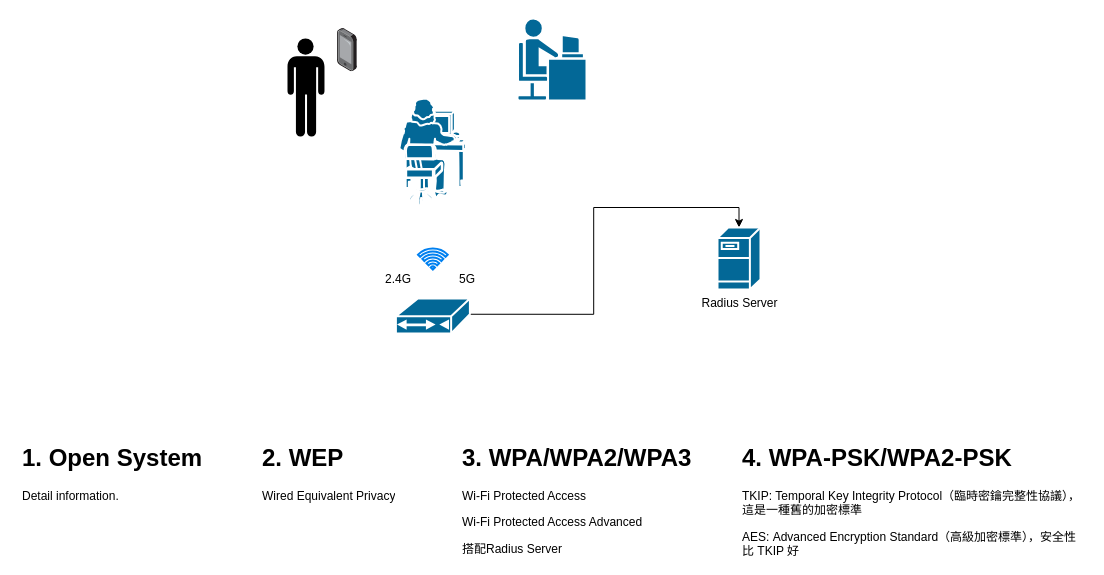
The draw.io diagram page "WiFi" (4 of 5) of Cable_Modem_Architecture_Sample.drawio in nelsonchung/drawio, before the edit. Source tidied: cells renumbered, new cells numbered last; positions are measured from the earlier drawing's top-left corner, leaving out a move shared by most shapes. Both pictures are drawn from the tidied source at 100%, with x=0, y=0 at pixel (17, 18).
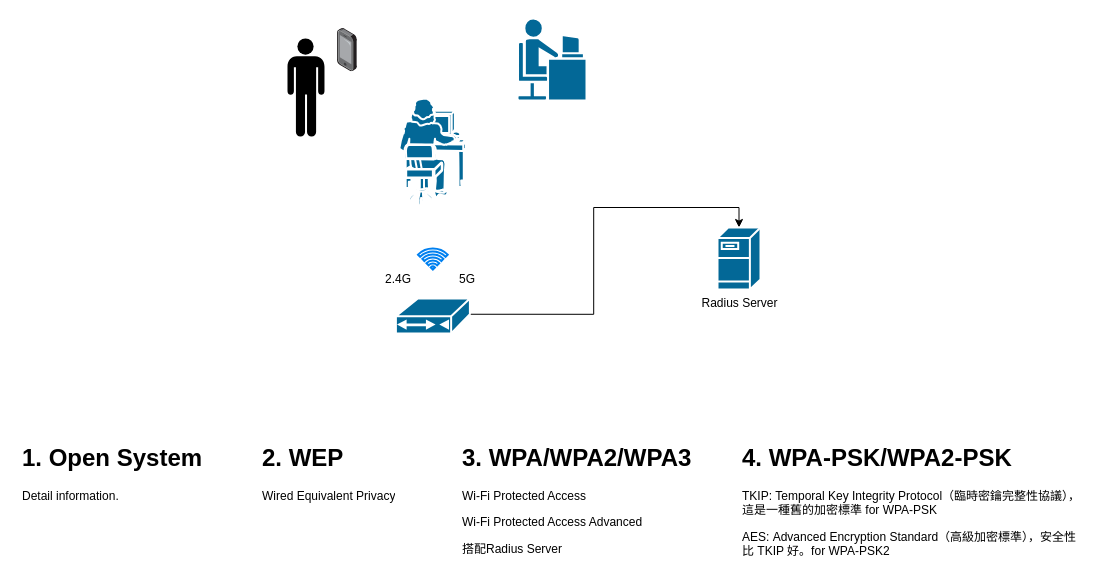
After the change.

Commit message:
[Cable_Modem_Architecture_Sample] Add the description of WiFi authentication

What changed in the source:
```diff
@@
 <mxGraphModel>
   <root>
     <mxCell id="0" />
     <mxCell id="1" parent="0" />
     <mxCell id="2" style="edgeStyle=orthogonalEdgeStyle;rounded=0;jettySize=auto;html=1;exitX=1;exitY=0.45;exitDx=0;exitDy=0;exitPerimeter=0;entryX=0.5;entryY=0;entryDx=0;entryDy=0;entryPerimeter=0;" parent="1" edge="1" source="3" target="15">
       <mxGeometry relative="1" as="geometry" />
     </mxCell>
     <mxCell id="3" style="shape=mxgraph.cisco.modems_and_phones.cable_modem;html=1;dashed=0;fillColor=#036897;strokeColor=#ffffff;strokeWidth=2;verticalLabelPosition=bottom;verticalAlign=top;align=center;outlineConnect=0;" parent="1" vertex="1">
       <mxGeometry x="378.4" y="280" width="74" height="35" as="geometry" />
     </mxCell>
     <mxCell id="4" style="shape=mxgraph.cisco.people.androgenous_person;html=1;dashed=0;fillColor=#036897;strokeColor=#ffffff;strokeWidth=2;verticalLabelPosition=bottom;verticalAlign=top;align=center;" parent="1" vertex="1">
       <mxGeometry x="500" width="69" height="82" as="geometry" />
     </mxCell>
     <mxCell id="5" style="shape=mxgraph.cisco.people.mac_woman;html=1;dashed=0;fillColor=#036897;strokeColor=#ffffff;strokeWidth=2;verticalLabelPosition=bottom;verticalAlign=top;align=center;" parent="1" vertex="1">
       <mxGeometry x="381.9" y="80" width="67" height="107" as="geometry" />
     </mxCell>
     <mxCell id="6" style="html=1;verticalLabelPosition=bottom;align=center;labelBackgroundColor=#ffffff;verticalAlign=top;strokeWidth=2;strokeColor=#0080F0;shadow=0;dashed=0;shape=mxgraph.ios7.icons.wifi;" parent="1" vertex="1">
       <mxGeometry x="400.5" y="230" width="29.7" height="21" as="geometry" />
     </mxCell>
     <mxCell id="7" value="2.4G" style="text;html=1;strokeColor=none;fillColor=none;align=center;verticalAlign=middle;whiteSpace=wrap;rounded=0;" parent="1" vertex="1">
       <mxGeometry x="360.5" y="251" width="40" height="20" as="geometry" />
     </mxCell>
     <mxCell id="8" value="5G" style="text;html=1;strokeColor=none;fillColor=none;align=center;verticalAlign=middle;whiteSpace=wrap;rounded=0;" parent="1" vertex="1">
       <mxGeometry x="430.2" y="251" width="40" height="20" as="geometry" />
     </mxCell>
     <mxCell id="9" style="html=1;align=center;shadow=0;dashed=0;image;image=img/lib/allied_telesis/computer_and_terminals/Smartphone.svg;" parent="1" vertex="1">
       <mxGeometry x="320" y="10" width="19.8" height="43.2" as="geometry" />
     </mxCell>
     <mxCell id="10" style="shape=mxgraph.signs.people.man_1;html=1;fillColor=#000000;strokeColor=none;verticalLabelPosition=bottom;verticalAlign=top;align=center;" parent="1" vertex="1">
       <mxGeometry x="270" y="20" width="37" height="98" as="geometry" />
     </mxCell>
     <mxCell id="11" value="&lt;h1&gt;1. Open System&lt;/h1&gt;&lt;p&gt;Detail information.&lt;/p&gt;" style="text;html=1;strokeColor=none;fillColor=none;spacing=5;spacingTop=-20;whiteSpace=wrap;overflow=hidden;rounded=0;" parent="1" vertex="1">
       <mxGeometry y="420" width="190" height="120" as="geometry" />
     </mxCell>
     <mxCell id="12" value="&lt;h1&gt;2. WEP&lt;/h1&gt;&lt;p&gt;Wired Equivalent Privacy&lt;/p&gt;" style="text;html=1;strokeColor=none;fillColor=none;spacing=5;spacingTop=-20;whiteSpace=wrap;overflow=hidden;rounded=0;" parent="1" vertex="1">
       <mxGeometry x="240.2" y="420" width="190" height="120" as="geometry" />
     </mxCell>
     <mxCell id="13" value="&lt;h1&gt;3. WPA/WPA2/WPA3&lt;/h1&gt;&lt;p&gt;Wi-Fi Protected Access&lt;/p&gt;&lt;p&gt;Wi-Fi Protected Access Advanced&lt;/p&gt;&lt;p&gt;搭配Radius Server&lt;/p&gt;" style="text;html=1;strokeColor=none;fillColor=none;spacing=5;spacingTop=-20;whiteSpace=wrap;overflow=hidden;rounded=0;" parent="1" vertex="1">
       <mxGeometry x="439.5" y="420" width="270.5" height="120" as="geometry" />
     </mxCell>
-    <mxCell id="14" value="&lt;h1&gt;4. WPA-PSK/WPA2-PSK&lt;/h1&gt;&lt;p&gt;TKIP:&amp;nbsp;Temporal Key Integrity Protocol（臨時密鑰完整性協議），這是一種舊的加密標準&lt;/p&gt;&lt;p&gt;AES:&amp;nbsp;Advanced Encryption Standard（高級加密標準），安全性比 TKIP 好&lt;/p&gt;" style="text;html=1;strokeColor=none;fillColor=none;spacing=5;spacingTop=-20;whiteSpace=wrap;overflow=hidden;rounded=0;" parent="1" vertex="1">
+    <mxCell id="14" value="&lt;h1&gt;4. WPA-PSK/WPA2-PSK&lt;/h1&gt;&lt;p&gt;TKIP:&amp;nbsp;Temporal Key Integrity Protocol（臨時密鑰完整性協議），這是一種舊的加密標準 for WPA-PSK&lt;/p&gt;&lt;p&gt;AES:&amp;nbsp;Advanced Encryption Standard（高級加密標準），安全性比 TKIP 好。for WPA-PSK2&lt;/p&gt;" style="text;html=1;strokeColor=none;fillColor=none;spacing=5;spacingTop=-20;whiteSpace=wrap;overflow=hidden;rounded=0;" parent="1" vertex="1">
       <mxGeometry x="720" y="420" width="350" height="120" as="geometry" />
     </mxCell>
     <mxCell id="15" value="Radius Server" style="shape=mxgraph.cisco.servers.fileserver;html=1;dashed=0;fillColor=#036897;strokeColor=#ffffff;strokeWidth=2;verticalLabelPosition=bottom;verticalAlign=top;align=center;outlineConnect=0;" parent="1" vertex="1">
       <mxGeometry x="700" y="209" width="43" height="62" as="geometry" />
     </mxCell>
   </root>
 </mxGraphModel>
```
